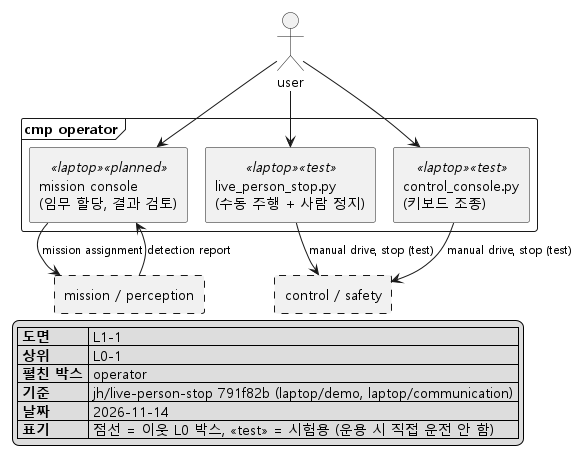
Earlier version of the PlantUML export docs/architecture/png/L1-1_operator.png (Ruysong/autonomous-rescue-rover).
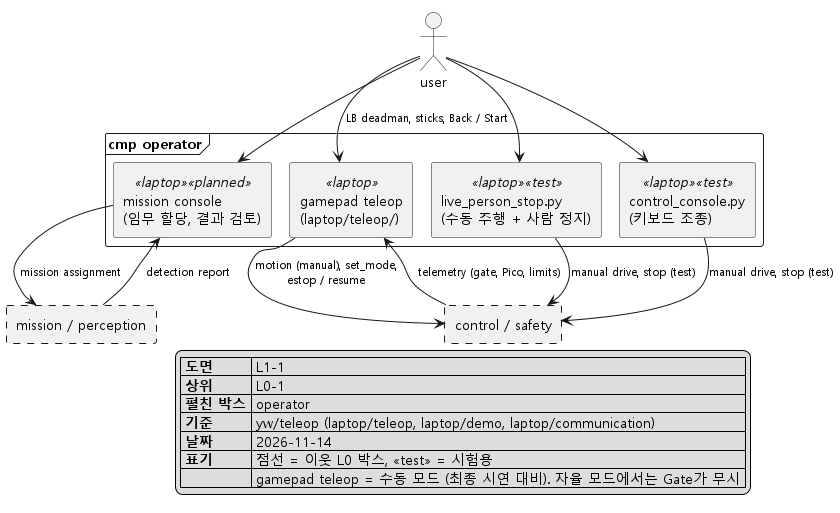
The same diagram one commit later.

Change to the diagram source:
```diff
@@ -11,6 +11,7 @@
 
 frame "cmp operator" {
   component "mission console\n(임무 할당, 결과 검토)" <<laptop>> <<planned>> as CONSOLE
+  component "gamepad teleop\n(laptop/teleop/)" <<laptop>> as PAD
   component "live_person_stop.py\n(수동 주행 + 사람 정지)" <<laptop>> <<test>> as LIVE
   component "control_console.py\n(키보드 조종)" <<laptop>> <<test>> as KEYS
 }
@@ -21,6 +22,9 @@
 USER --> CONSOLE
 CONSOLE --> MISSION : mission assignment
 MISSION -up-> CONSOLE : detection report
+USER --> PAD : LB deadman, sticks, Back / Start
+PAD --> CONTROL : motion (manual), set_mode,\nestop / resume
+CONTROL -up-> PAD : telemetry (gate, Pico, limits)
 USER --> LIVE
 USER --> KEYS
 LIVE --> CONTROL : manual drive, stop (test)
@@ -30,8 +34,9 @@
   |= 도면 | L1-1 |
   |= 상위 | L0-1 |
   |= 펼친 박스 | operator |
-  |= 기준 | jh/live-person-stop 791f82b (laptop/demo, laptop/communication) |
+  |= 기준 | yw/teleop (laptop/teleop, laptop/demo, laptop/communication) |
   |= 날짜 | 2026-11-14 |
-  |= 표기 | 점선 = 이웃 L0 박스, <<test>> = 시험용 (운용 시 직접 운전 안 함) |
+  |= 표기 | 점선 = 이웃 L0 박스, <<test>> = 시험용 |
+  |= | gamepad teleop = 수동 모드 (최종 시연 대비). 자율 모드에서는 Gate가 무시 |
 endlegend
 @enduml
```
